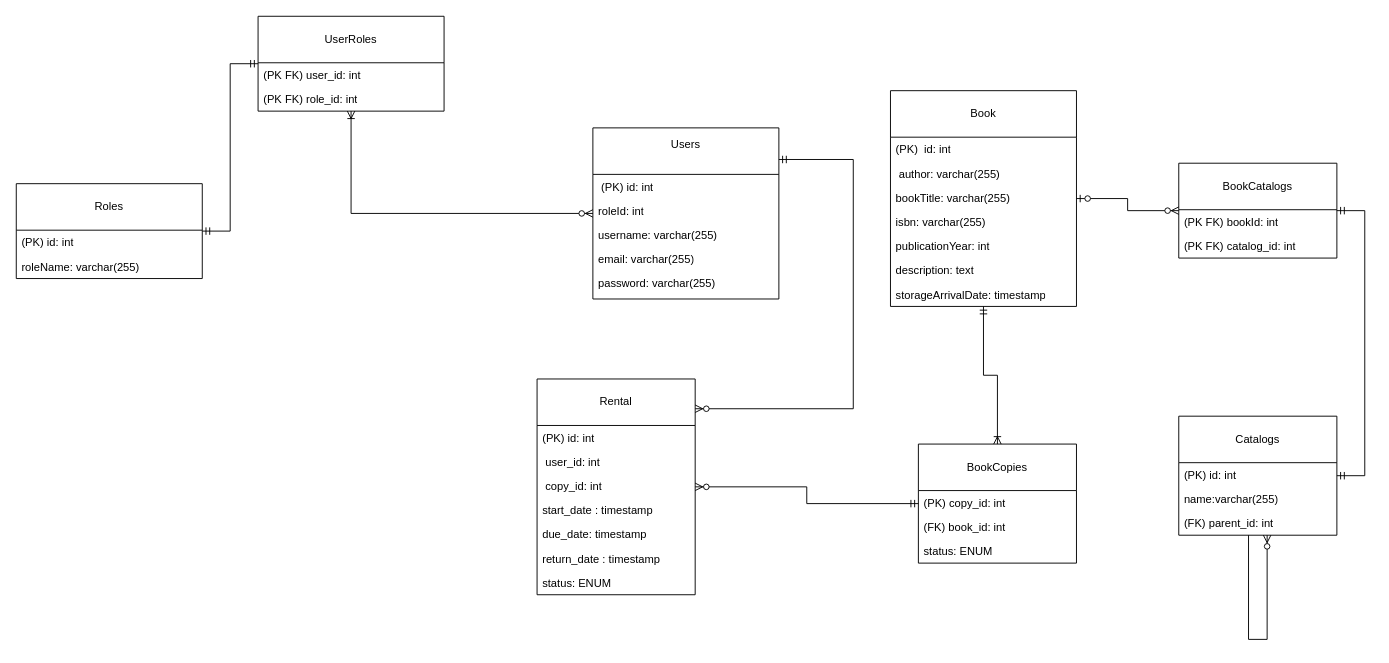
Earlier version of the draw.io diagram database/BookLibraryDB.drawio (lottydd/Book-Library). Source tidied: cells renumbered, new cells numbered last; positions are measured from the earlier drawing's top-left corner, leaving out a move shared by most shapes. Both pictures are drawn from the tidied source at 93%, with x=0, y=0 at pixel (16, 16).
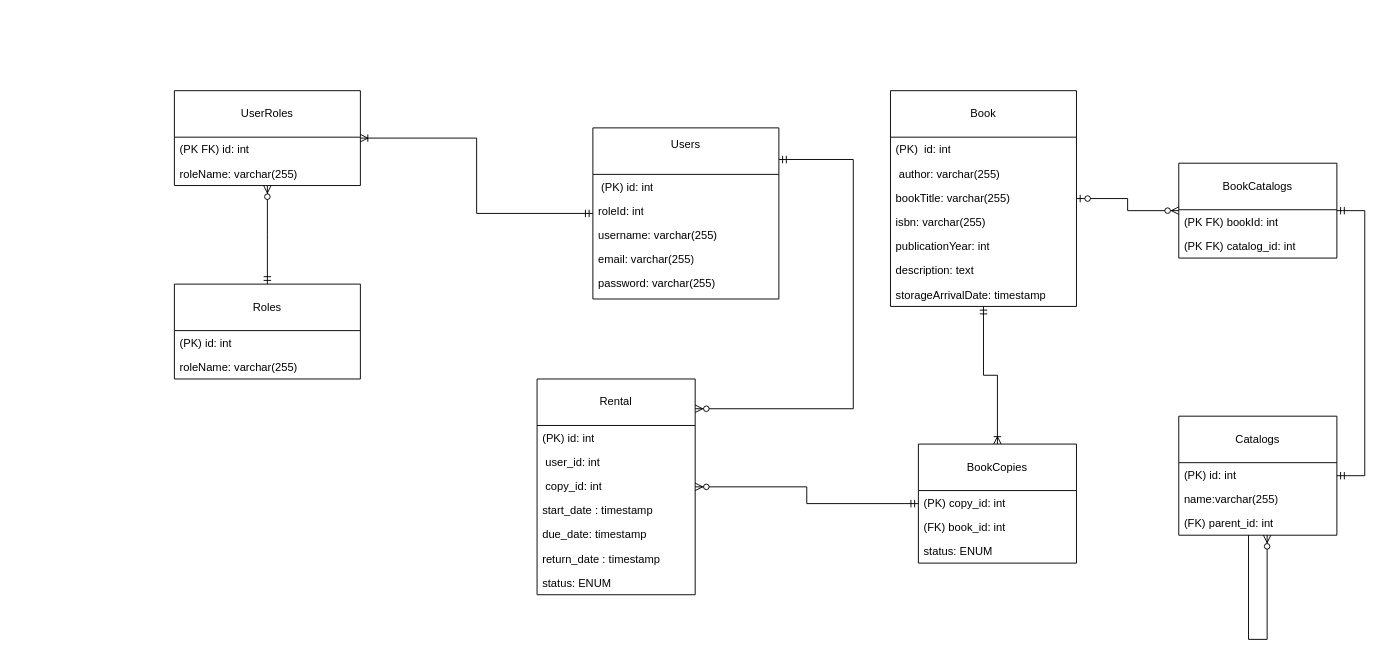
The same page after the edit.

The change refers to these unchanged cells:
```xml
<mxCell id="10" value="Users&lt;div&gt;&lt;br&gt;&lt;/div&gt;" style="swimlane;fontStyle=0;horizontal=1;startSize=50;fillColor=none;whiteSpace=wrap;html=1;" parent="1" vertex="1">
  <mxGeometry x="620" y="120" width="200" height="184" as="geometry" />
</mxCell>
```

Diff of the diagram source:
```diff
@@
     <mxCell id="20" value="Roles" style="swimlane;fontStyle=0;horizontal=1;startSize=50;fillColor=none;whiteSpace=wrap;html=1;" parent="1" vertex="1">
-      <mxGeometry y="180" width="200" height="102" as="geometry" />
+      <mxGeometry x="170" y="288" width="200" height="102" as="geometry" />
     </mxCell>
@@
-    <mxCell id="41" style="edgeStyle=orthogonalEdgeStyle;fontSize=12;html=1;endArrow=ERoneToMany;startArrow=ERzeroToMany;rounded=0;" parent="1" edge="1" source="10" target="45">
-      <mxGeometry relative="1" as="geometry" />
-    </mxCell>
@@
     <mxCell id="45" value="UserRoles" style="swimlane;fontStyle=0;horizontal=1;startSize=50;fillColor=none;whiteSpace=wrap;html=1;" parent="1" vertex="1">
-      <mxGeometry x="260" width="200" height="102" as="geometry" />
+      <mxGeometry x="170" y="80" width="200" height="102" as="geometry" />
     </mxCell>
-    <mxCell id="46" value="(PK FK) user_id: int" style="text;strokeColor=none;fillColor=none;align=left;verticalAlign=top;spacingLeft=4;spacingRight=4;overflow=hidden;whiteSpace=wrap;html=1;" parent="45" vertex="1">
-      <mxGeometry y="50" width="200" height="26" as="geometry" />
-    </mxCell>
-    <mxCell id="47" value="(PK FK) role_id: int" style="text;strokeColor=none;fillColor=none;align=left;verticalAlign=top;spacingLeft=4;spacingRight=4;overflow=hidden;whiteSpace=wrap;html=1;" parent="45" vertex="1">
-      <mxGeometry y="76" width="200" height="26" as="geometry" />
-    </mxCell>
-    <mxCell id="48" style="edgeStyle=entityRelationEdgeStyle;fontSize=12;html=1;endArrow=ERmandOne;startArrow=ERmandOne;rounded=0;" parent="1" edge="1" source="45" target="20">
-      <mxGeometry relative="1" as="geometry" />
-    </mxCell>
+    <mxCell id="49" value="(PK FK) id: int" style="text;strokeColor=none;fillColor=none;align=left;verticalAlign=top;spacingLeft=4;spacingRight=4;overflow=hidden;whiteSpace=wrap;html=1;" parent="45" vertex="1">
+      <mxGeometry y="50" width="200" height="26" as="geometry" />
+    </mxCell>
+    <mxCell id="50" value="roleName: varchar(255)" style="text;strokeColor=none;fillColor=none;align=left;verticalAlign=top;spacingLeft=4;spacingRight=4;overflow=hidden;whiteSpace=wrap;html=1;" parent="45" vertex="1">
+      <mxGeometry y="76" width="200" height="26" as="geometry" />
+    </mxCell>
+    <mxCell id="51" style="edgeStyle=elbowEdgeStyle;fontSize=12;html=1;endArrow=ERzeroToMany;startArrow=ERmandOne;rounded=0;" parent="1" edge="1" source="20" target="45">
+      <mxGeometry relative="1" as="geometry" />
+    </mxCell>
+    <mxCell id="41" style="edgeStyle=orthogonalEdgeStyle;fontSize=12;html=1;endArrow=ERoneToMany;startArrow=ERmandOne;rounded=0;" parent="1" edge="1" source="10" target="45">
+      <mxGeometry relative="1" as="geometry" />
+    </mxCell>
```
